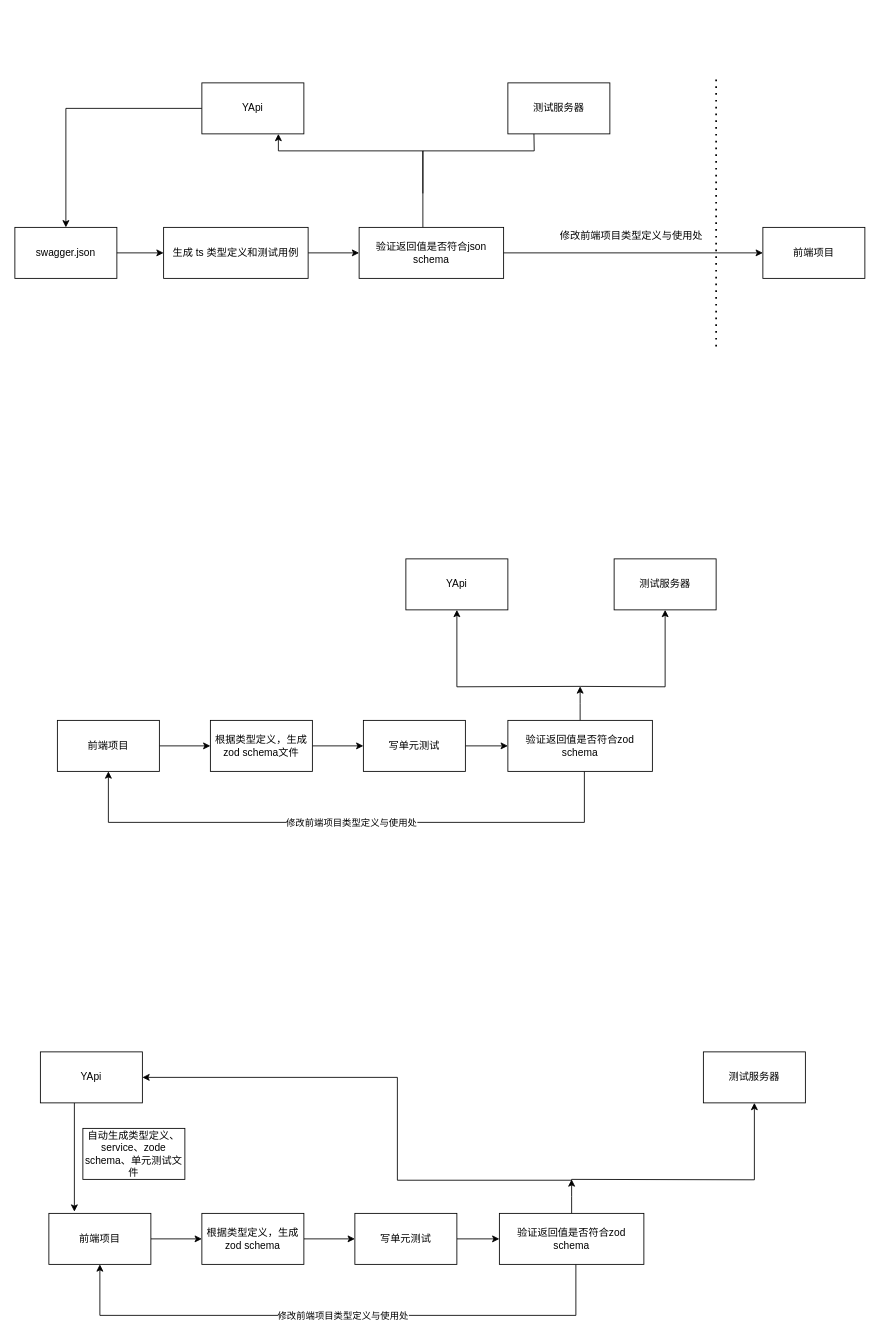
This is swagger-ajv.drawio from KevinBrother/draw, a draw.io file, before an edit. Source tidied: cells renumbered, new cells numbered last; positions are measured from the earlier drawing's top-left corner, leaving out a move shared by most shapes. Both pictures are drawn from the tidied source at 85%, with x=0, y=0 at pixel (14, 74).
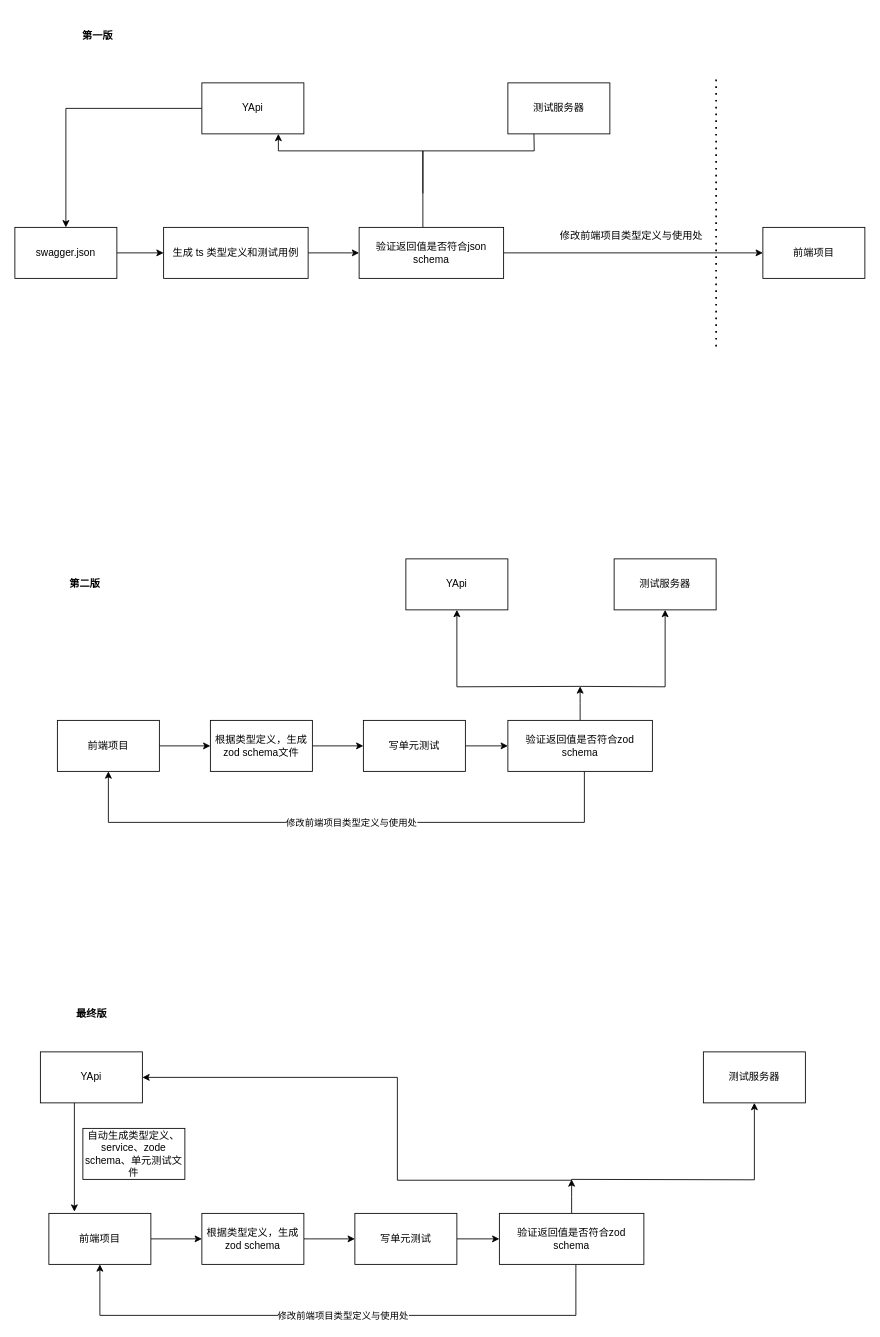
Above is the later version.

What changed in the source:
```diff
@@
+    <mxCell id="46" value="&lt;b&gt;第一版&lt;/b&gt;" style="text;html=1;strokeColor=none;fillColor=none;align=center;verticalAlign=middle;whiteSpace=wrap;rounded=0;" parent="1" vertex="1">
+      <mxGeometry x="45" y="-70" width="105" height="50" as="geometry" />
+    </mxCell>
+    <mxCell id="47" value="&lt;b&gt;第二版&lt;/b&gt;" style="text;html=1;strokeColor=none;fillColor=none;align=center;verticalAlign=middle;whiteSpace=wrap;rounded=0;" parent="1" vertex="1">
+      <mxGeometry x="30" y="575" width="105" height="50" as="geometry" />
+    </mxCell>
+    <mxCell id="48" value="&lt;b&gt;最终版&lt;/b&gt;" style="text;html=1;strokeColor=none;fillColor=none;align=center;verticalAlign=middle;whiteSpace=wrap;rounded=0;" parent="1" vertex="1">
+      <mxGeometry x="37.5" y="1081" width="105" height="50" as="geometry" />
+    </mxCell>
```
